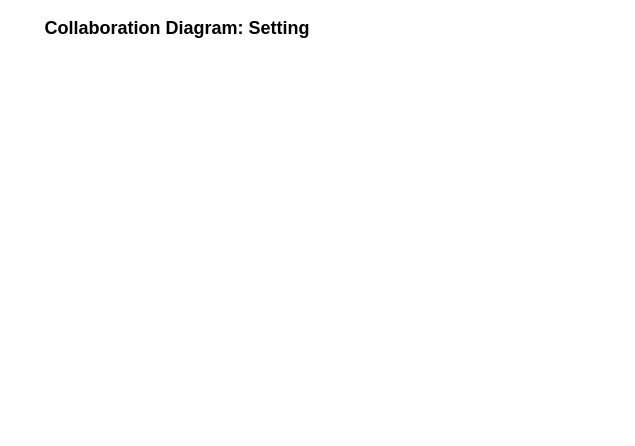
Earlier version of the draw.io diagram page "Setting" (4 of 4) of Collaboration Diagram.drawio (astrrr/Right-posture). Source tidied: cells renumbered, new cells numbered last; positions are measured from the earlier drawing's top-left corner, leaving out a move shared by most shapes. Both pictures are drawn from the tidied source at 100%, with x=0, y=0 at pixel (17, 18).
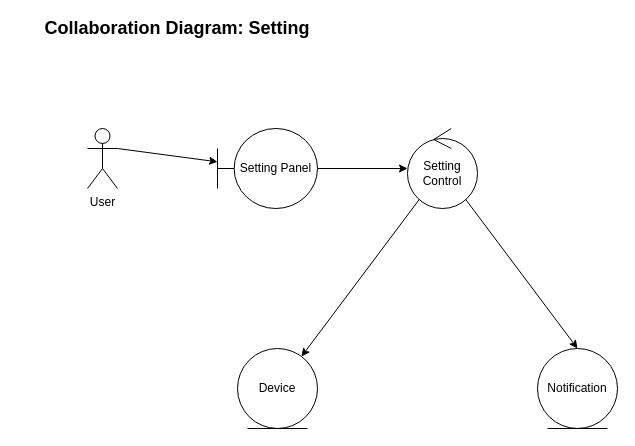
After the change.

Commit message:
add Setting control

Change to the diagram source:
```diff
@@
 <mxGraphModel>
   <root>
     <mxCell id="0" />
     <mxCell id="1" parent="0" />
     <mxCell id="2" value="&lt;b&gt;&lt;font style=&quot;font-size: 18px&quot;&gt;Collaboration Diagram: Setting&lt;br&gt;&lt;/font&gt;&lt;/b&gt;" style="text;html=1;strokeColor=none;fillColor=none;align=center;verticalAlign=middle;whiteSpace=wrap;rounded=0;" parent="1" vertex="1">
       <mxGeometry width="320" height="20" as="geometry" />
     </mxCell>
+    <mxCell id="3" style="edgeStyle=none;rounded=0;jettySize=auto;html=1;exitX=1;exitY=0.3333333333333333;exitDx=0;exitDy=0;exitPerimeter=0;" parent="1" edge="1" source="4" target="6">
+      <mxGeometry relative="1" as="geometry" />
+    </mxCell>
+    <mxCell id="4" value="User" style="shape=umlActor;verticalLabelPosition=bottom;verticalAlign=top;html=1;" parent="1" vertex="1">
+      <mxGeometry x="70" y="110" width="30" height="60" as="geometry" />
+    </mxCell>
+    <mxCell id="5" style="edgeStyle=orthogonalEdgeStyle;rounded=0;jettySize=auto;html=1;" parent="1" edge="1" source="6" target="9">
+      <mxGeometry relative="1" as="geometry" />
+    </mxCell>
+    <mxCell id="6" value="Setting Panel" style="shape=umlBoundary;whiteSpace=wrap;html=1;" parent="1" vertex="1">
+      <mxGeometry x="200" y="110" width="100" height="80" as="geometry" />
+    </mxCell>
+    <mxCell id="7" style="rounded=0;jettySize=auto;html=1;" parent="1" edge="1" source="9" target="10">
+      <mxGeometry relative="1" as="geometry" />
+    </mxCell>
+    <mxCell id="8" style="edgeStyle=none;rounded=0;jettySize=auto;html=1;entryX=0.5;entryY=0;entryDx=0;entryDy=0;" parent="1" edge="1" source="9" target="11">
+      <mxGeometry relative="1" as="geometry" />
+    </mxCell>
+    <mxCell id="9" value="Setting&lt;br&gt;Control" style="ellipse;shape=umlControl;whiteSpace=wrap;html=1;" parent="1" vertex="1">
+      <mxGeometry x="390" y="110" width="70" height="80" as="geometry" />
+    </mxCell>
+    <mxCell id="10" value="Device" style="ellipse;shape=umlEntity;whiteSpace=wrap;html=1;" parent="1" vertex="1">
+      <mxGeometry x="220" y="330" width="80" height="80" as="geometry" />
+    </mxCell>
+    <mxCell id="11" value="Notification" style="ellipse;shape=umlEntity;whiteSpace=wrap;html=1;" parent="1" vertex="1">
+      <mxGeometry x="520" y="330" width="80" height="80" as="geometry" />
+    </mxCell>
   </root>
 </mxGraphModel>
```
